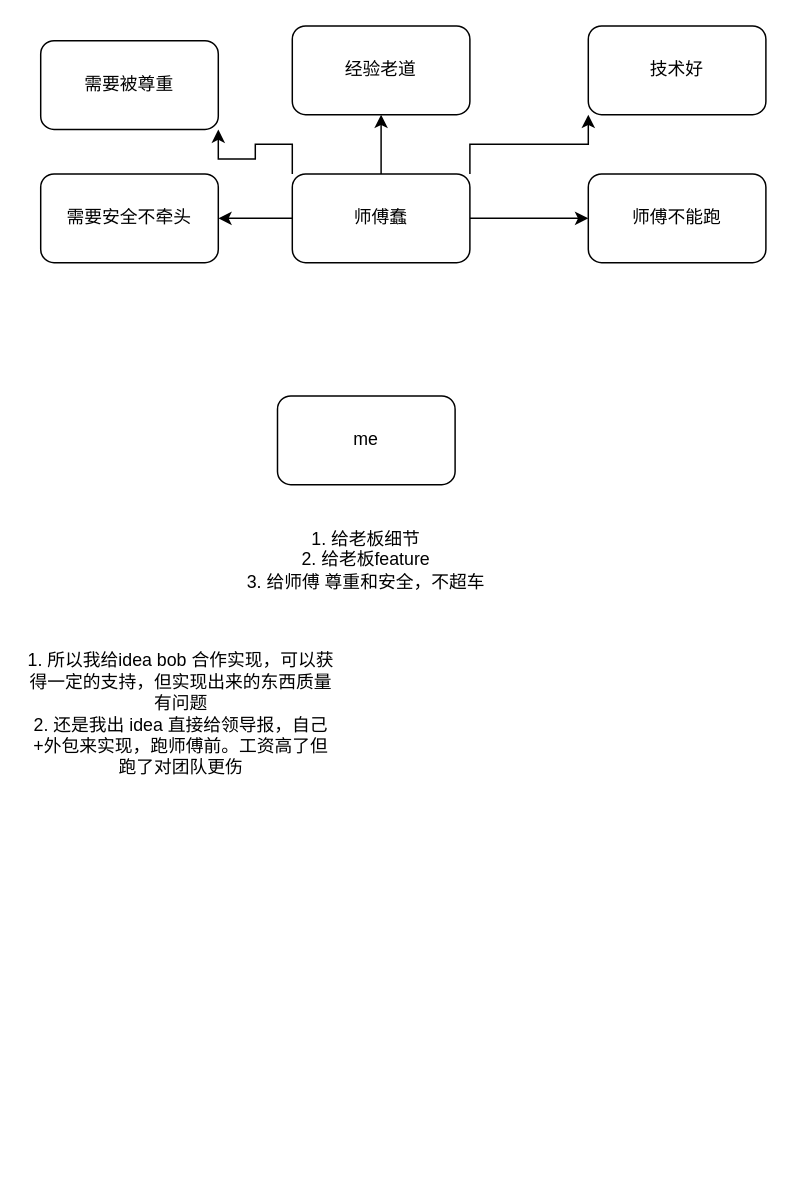
The draw.io diagram page "第 1 页" (1 of 2) of note.drawio in Allen9797/WorkZone, before the edit. Source tidied: cells renumbered, new cells numbered last; positions are measured from the earlier drawing's top-left corner, leaving out a move shared by most shapes. Both pictures are drawn from the tidied source at 148%, with x=0, y=0 at pixel (25, 25).
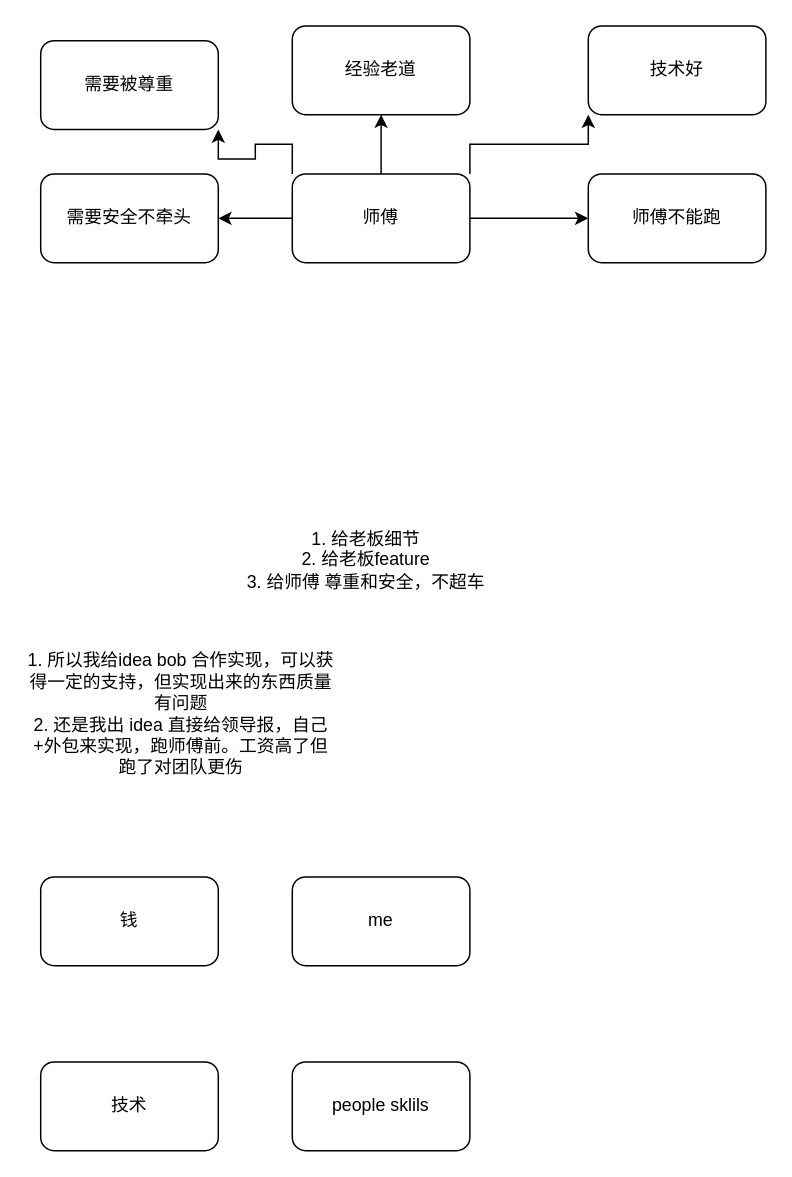
The same diagram, later.

What changed in the source:
```diff
@@
 <mxGraphModel>
   <root>
     <mxCell id="0" />
     <mxCell id="1" parent="0" />
     <mxCell id="2" style="edgeStyle=orthogonalEdgeStyle;rounded=0;jettySize=auto;html=1;exitX=1;exitY=0.5;exitDx=0;exitDy=0;entryX=0;entryY=0.5;entryDx=0;entryDy=0;" parent="1" edge="1" source="7" target="8">
       <mxGeometry relative="1" as="geometry" />
     </mxCell>
     <mxCell id="3" style="edgeStyle=orthogonalEdgeStyle;rounded=0;jettySize=auto;html=1;exitX=0.5;exitY=0;exitDx=0;exitDy=0;entryX=0.5;entryY=1;entryDx=0;entryDy=0;" parent="1" edge="1" source="7" target="10">
       <mxGeometry relative="1" as="geometry" />
     </mxCell>
     <mxCell id="4" style="edgeStyle=orthogonalEdgeStyle;rounded=0;jettySize=auto;html=1;exitX=1;exitY=0;exitDx=0;exitDy=0;entryX=0;entryY=1;entryDx=0;entryDy=0;" parent="1" edge="1" source="7" target="9">
       <mxGeometry relative="1" as="geometry" />
     </mxCell>
     <mxCell id="5" style="edgeStyle=orthogonalEdgeStyle;rounded=0;jettySize=auto;html=1;exitX=0;exitY=0.5;exitDx=0;exitDy=0;entryX=1;entryY=0.5;entryDx=0;entryDy=0;" parent="1" edge="1" source="7" target="11">
       <mxGeometry relative="1" as="geometry" />
     </mxCell>
     <mxCell id="6" style="edgeStyle=orthogonalEdgeStyle;rounded=0;jettySize=auto;html=1;exitX=0;exitY=0;exitDx=0;exitDy=0;entryX=1;entryY=1;entryDx=0;entryDy=0;" parent="1" edge="1" source="7" target="12">
       <mxGeometry relative="1" as="geometry" />
     </mxCell>
-    <mxCell id="7" value="师傅蠢" style="rounded=1;whiteSpace=wrap;html=1;" parent="1" vertex="1">
+    <mxCell id="7" value="师傅" style="rounded=1;whiteSpace=wrap;html=1;" parent="1" vertex="1">
       <mxGeometry x="180" y="100" width="120" height="60" as="geometry" />
     </mxCell>
     <mxCell id="8" value="师傅不能跑" style="rounded=1;whiteSpace=wrap;html=1;" parent="1" vertex="1">
       <mxGeometry x="380" y="100" width="120" height="60" as="geometry" />
     </mxCell>
     <mxCell id="9" value="技术好" style="rounded=1;whiteSpace=wrap;html=1;" parent="1" vertex="1">
       <mxGeometry x="380" width="120" height="60" as="geometry" />
     </mxCell>
     <mxCell id="10" value="经验老道" style="rounded=1;whiteSpace=wrap;html=1;" parent="1" vertex="1">
       <mxGeometry x="180" width="120" height="60" as="geometry" />
     </mxCell>
     <mxCell id="11" value="需要安全不牵头" style="rounded=1;whiteSpace=wrap;html=1;" parent="1" vertex="1">
       <mxGeometry x="10" y="100" width="120" height="60" as="geometry" />
     </mxCell>
     <mxCell id="12" value="需要被尊重" style="rounded=1;whiteSpace=wrap;html=1;" parent="1" vertex="1">
       <mxGeometry x="10" y="10" width="120" height="60" as="geometry" />
     </mxCell>
     <mxCell id="13" value="me" style="rounded=1;whiteSpace=wrap;html=1;" parent="1" vertex="1">
-      <mxGeometry x="170" y="250" width="120" height="60" as="geometry" />
+      <mxGeometry x="180" y="575" width="120" height="60" as="geometry" />
     </mxCell>
     <mxCell id="14" value="1. 给老板细节&lt;br&gt;2. 给老板feature&lt;br&gt;3. 给师傅 尊重和安全，不超车" style="text;html=1;strokeColor=none;fillColor=none;align=center;verticalAlign=middle;whiteSpace=wrap;rounded=0;" parent="1" vertex="1">
       <mxGeometry x="125" y="332" width="210" height="58" as="geometry" />
     </mxCell>
     <mxCell id="15" value="1. 所以我给idea bob 合作实现，可以获得一定的支持，但实现出来的东西质量有问题&lt;br&gt;2. 还是我出 idea 直接给领导报，自己+外包来实现，跑师傅前。工资高了但跑了对团队更伤" style="text;html=1;strokeColor=none;fillColor=none;align=center;verticalAlign=middle;whiteSpace=wrap;rounded=0;" parent="1" vertex="1">
       <mxGeometry y="420" width="210" height="90" as="geometry" />
     </mxCell>
+    <mxCell id="16" value="钱" style="rounded=1;whiteSpace=wrap;html=1;" parent="1" vertex="1">
+      <mxGeometry x="10" y="575" width="120" height="60" as="geometry" />
+    </mxCell>
+    <mxCell id="17" value="技术" style="rounded=1;whiteSpace=wrap;html=1;" parent="1" vertex="1">
+      <mxGeometry x="10" y="700" width="120" height="60" as="geometry" />
+    </mxCell>
+    <mxCell id="18" value="people sklils" style="rounded=1;whiteSpace=wrap;html=1;" parent="1" vertex="1">
+      <mxGeometry x="180" y="700" width="120" height="60" as="geometry" />
+    </mxCell>
   </root>
 </mxGraphModel>
```
